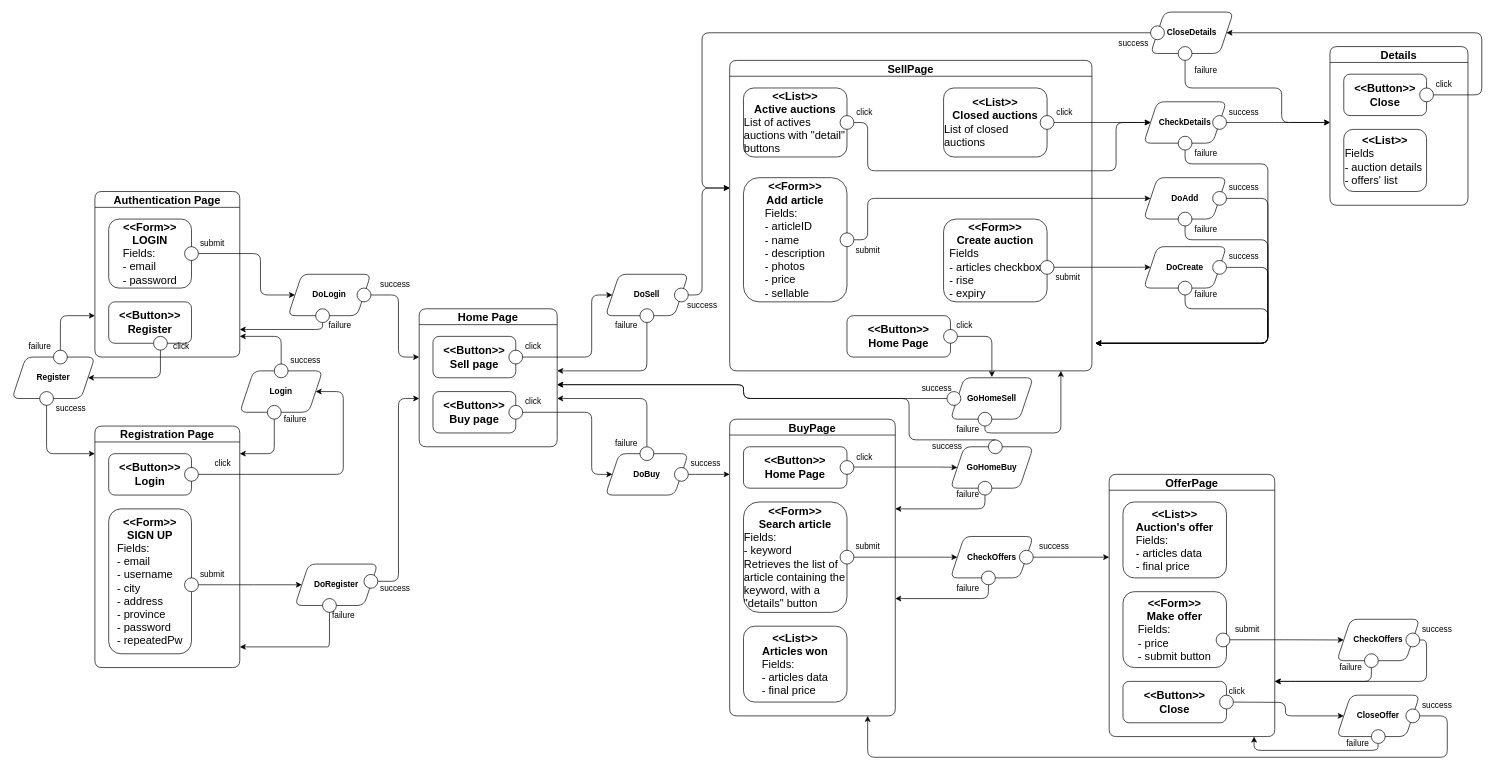
This is deliverables/pure HTML/diagram.drawio from Chri060/tiw-2023-rossi-sharoubim, a draw.io file, before an edit. Source tidied: cells renumbered, new cells numbered last; positions are measured from the earlier drawing's top-left corner, leaving out a move shared by most shapes. Both pictures are drawn from the tidied source at 69%, with x=0, y=0 at pixel (12, 12).
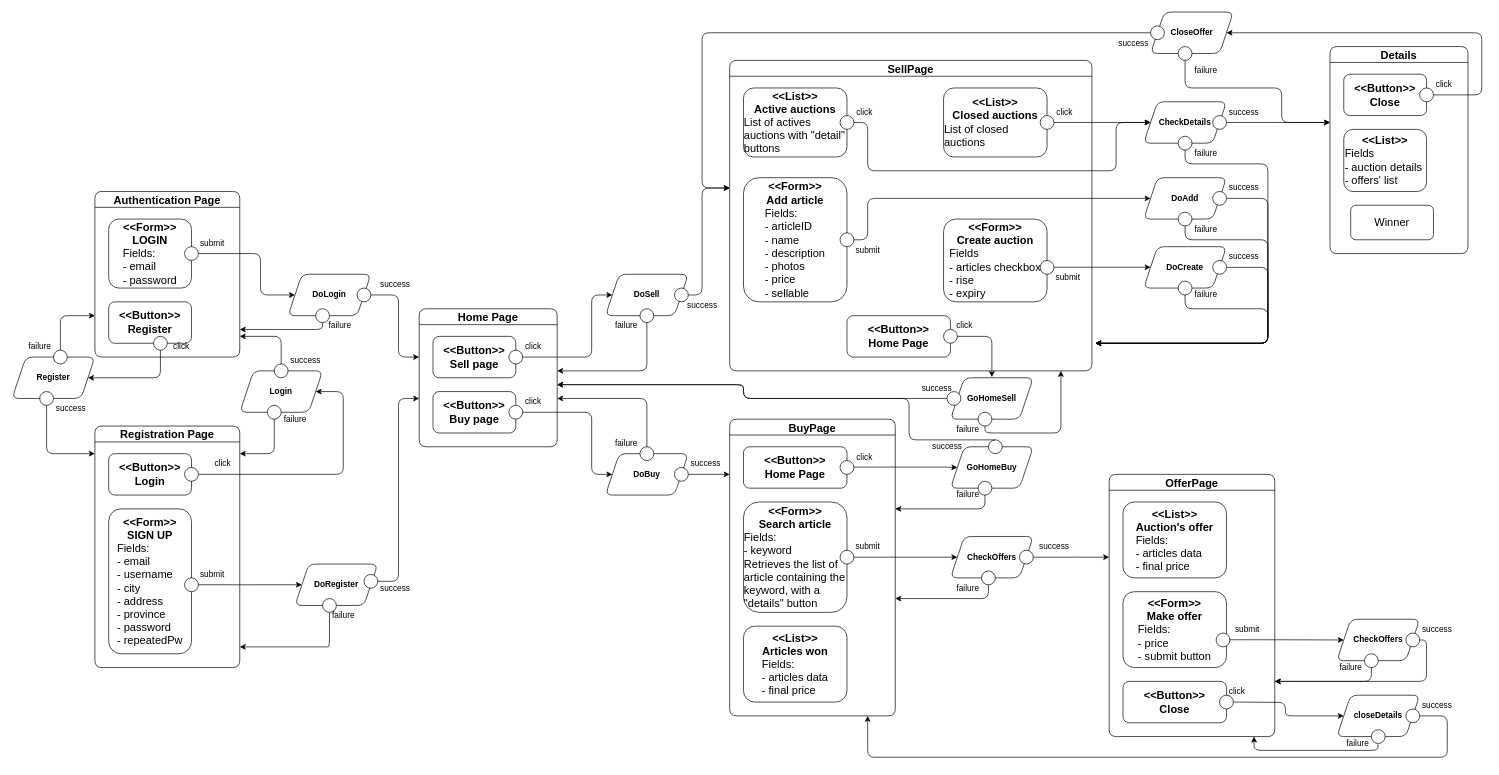
The same page after the edit.

Diff of the diagram source:
```diff
@@
     <mxCell id="103" value="Details" style="swimlane;rounded=1;fontSize=16;" parent="1" vertex="1">
-      <mxGeometry x="1910" y="50" width="200" height="230" as="geometry" />
+      <mxGeometry x="1910" y="50" width="200" height="300" as="geometry" />
     </mxCell>
@@
+    <mxCell id="181" value="&lt;div&gt;&lt;span style=&quot;background-color: initial;&quot;&gt;Winner&lt;/span&gt;&lt;/div&gt;" style="rounded=1;whiteSpace=wrap;html=1;fontSize=16;" parent="103" vertex="1">
+      <mxGeometry x="30" y="230" width="120" height="50" as="geometry" />
+    </mxCell>
@@
-    <mxCell id="109" value="&lt;b&gt;CloseDetails&lt;/b&gt;" style="shape=parallelogram;perimeter=parallelogramPerimeter;whiteSpace=wrap;html=1;fixedSize=1;fontSize=12;rounded=1;" parent="1" vertex="1">
+    <mxCell id="109" value="&lt;b&gt;CloseOffer&lt;/b&gt;" style="shape=parallelogram;perimeter=parallelogramPerimeter;whiteSpace=wrap;html=1;fixedSize=1;fontSize=12;rounded=1;" parent="1" vertex="1">
       <mxGeometry x="1650" width="120" height="60" as="geometry" />
     </mxCell>
@@
-    <mxCell id="157" value="&lt;b&gt;CloseOffer&lt;/b&gt;" style="shape=parallelogram;perimeter=parallelogramPerimeter;whiteSpace=wrap;html=1;fixedSize=1;fontSize=12;rounded=1;" parent="1" vertex="1">
+    <mxCell id="157" value="&lt;b&gt;closeDetails&lt;/b&gt;" style="shape=parallelogram;perimeter=parallelogramPerimeter;whiteSpace=wrap;html=1;fixedSize=1;fontSize=12;rounded=1;" parent="1" vertex="1">
       <mxGeometry x="1920" y="990" width="120" height="60" as="geometry" />
     </mxCell>
```
